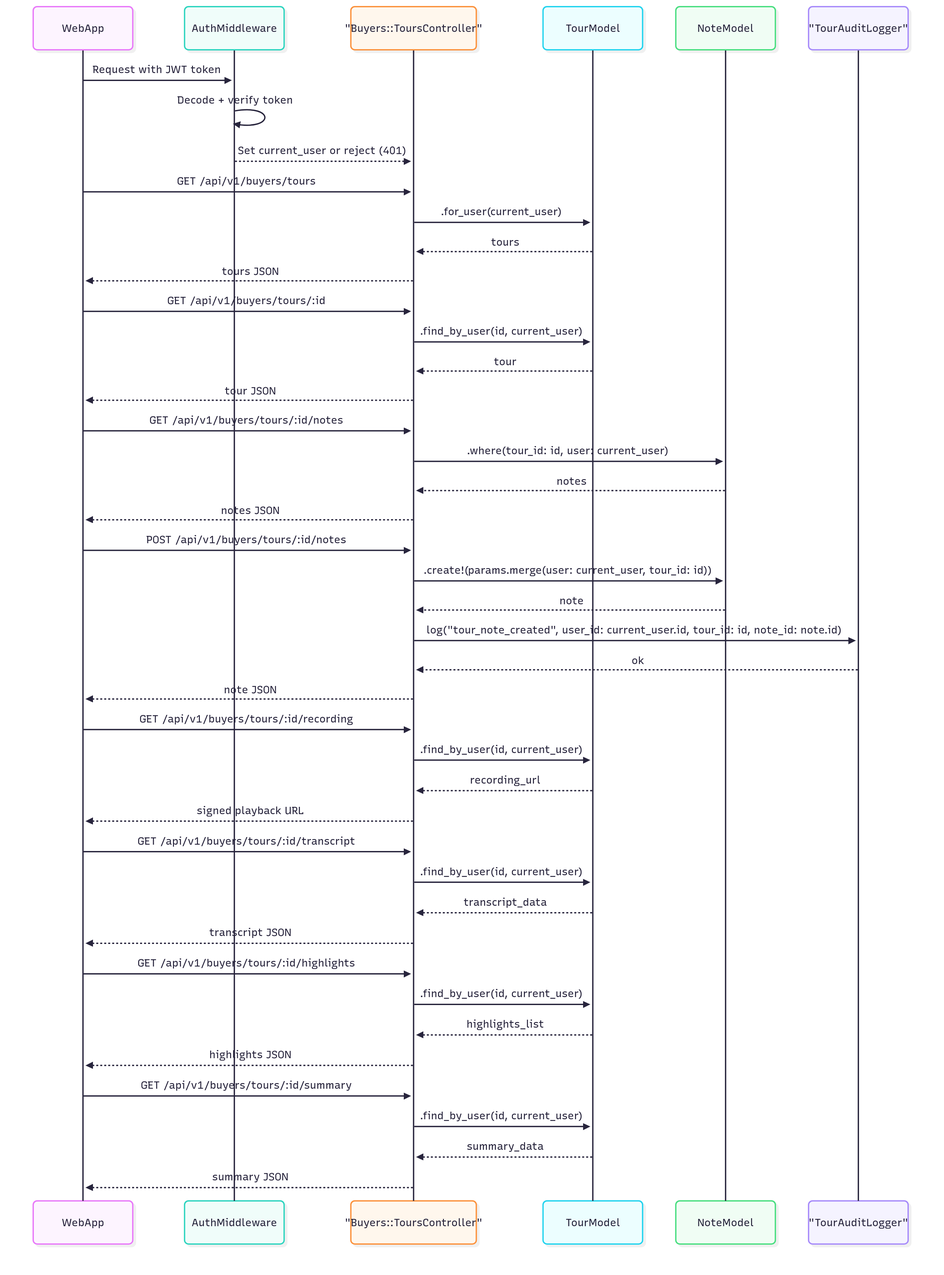
Earlier version of the Mermaid export diagrams/buyers/tour-participation.png (Video-API-architecture/architecture-proposal). Its source is kept beside it as diagrams/buyers/tour-participation.mermaid.
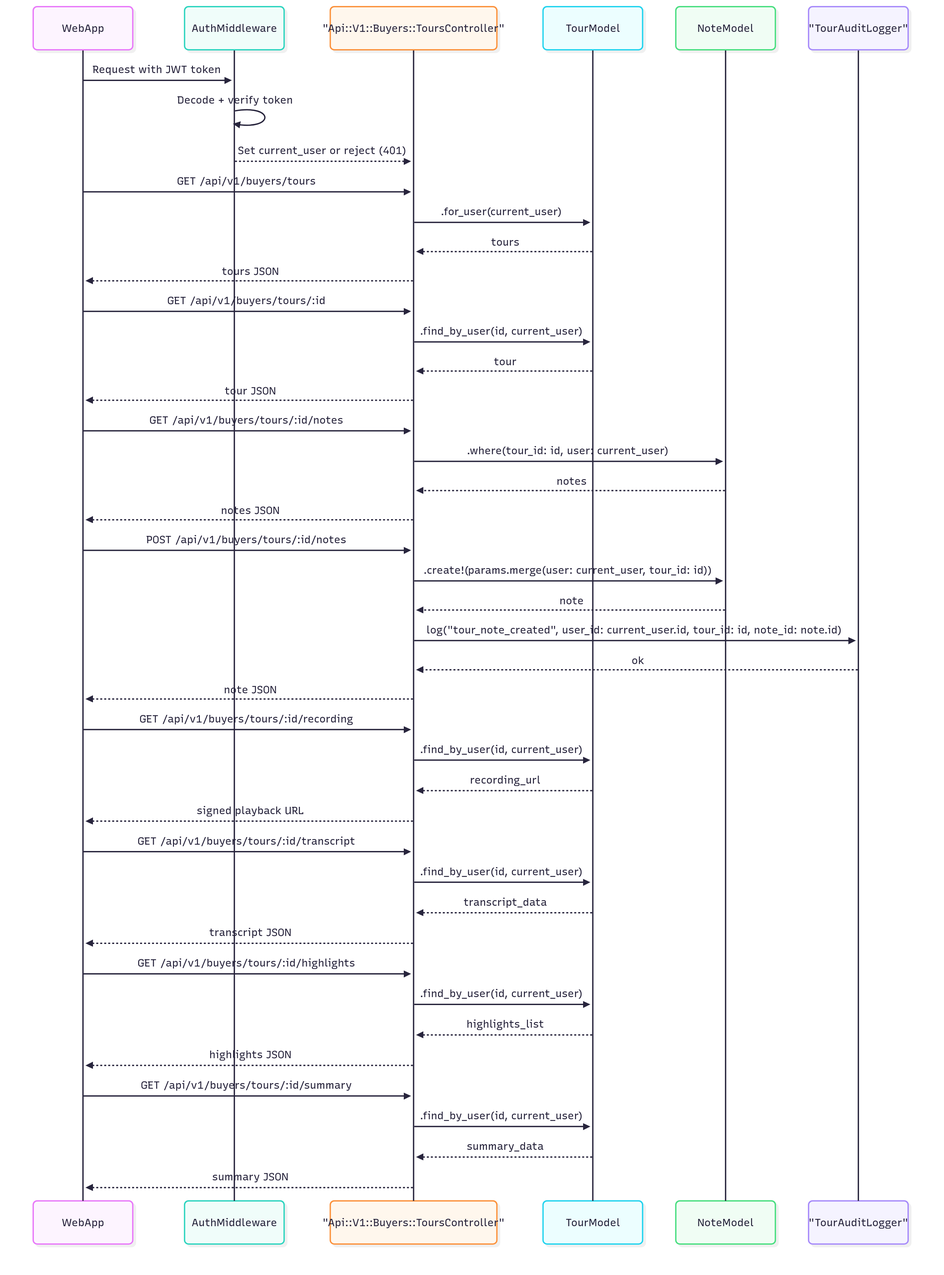
The same file after the commit.

What changed in the source:
```diff
@@ -1,7 +1,7 @@
 sequenceDiagram
     participant WebApp
     participant Auth as AuthMiddleware
-    participant BTAPI as "Buyers::ToursController"
+    participant BTAPI as "Api::V1::Buyers::ToursController"
     participant TourModel
     participant NoteModel
     participant Logger as "TourAuditLogger"
```
